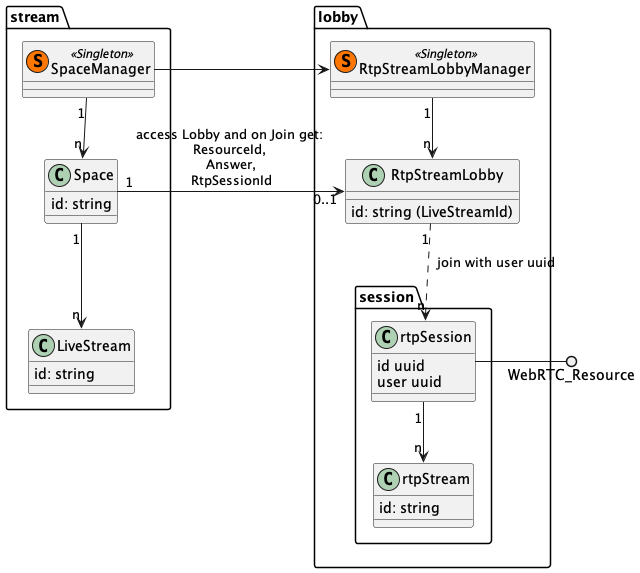
Before: docs/uml/class/lobby.class.png, a diagram exported from PlantUML (shigde/sfu).
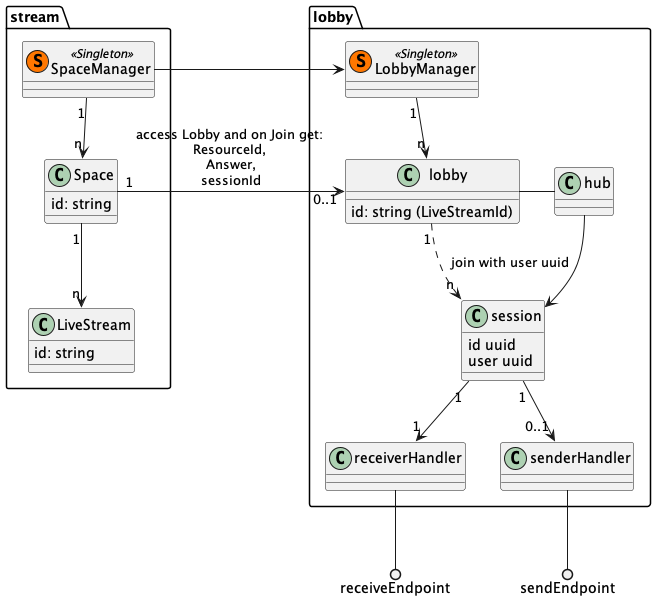
After the change.

Commit message:
Fixe race issue in setup of lobby sending endpoint

Diff of the diagram source:
```diff
@@ -12,34 +12,33 @@
 Space "1"-->"n" LiveStream
 }
 
-package lobby {
-class RtpStreamLobbyManager << (S,#FF7700) Singleton >>
-class RtpStreamLobby {
+package "lobby" as X {
+class LobbyManager << (S,#FF7700) Singleton >>
+class lobby {
     id: string (LiveStreamId)
 }
-package lobby.session {
-    class rtpStream {
-        id: string
-    }
-    class rtpSession {
-        id uuid
-        user uuid
-    }
+
+class session {
+    id uuid
+    user uuid
 }
 
-SpaceManager -> RtpStreamLobbyManager
-RtpStreamLobbyManager "1" --> "n" RtpStreamLobby
-RtpStreamLobby "1" ..> "n" rtpSession : "  join with user uuid"
-
-rtpSession "1" --> "n" rtpStream
+SpaceManager -> LobbyManager
+LobbyManager "1" --> "n" lobby
+lobby "1" ..> "n" session : "  join with user uuid"
+lobby - hub
+hub --> session
+session "1" --> "1" receiverHandler
+session "1" --> "0..1" senderHandler
 }
 
 
-rtpSession -() WebRTC_Resource : "         "
+
+receiverHandler --() receiveEndpoint : "         "
+senderHandler --() sendEndpoint
 
 
-
-Space "1"->"0..1" RtpStreamLobby : access Lobby and on Join get: \nResourceId, \nAnswer,\nRtpSessionId
+Space "1"->"0..1" lobby : access Lobby and on Join get: \nResourceId, \nAnswer,\nsessionId
 
 
 @enduml
```
